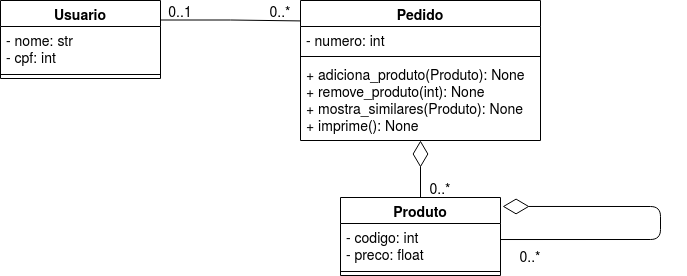
Earlier version of the draw.io export docs/07-prova1/img/poo_2021.1_p1.png (ect-info/POO_2021.2). Source tidied: cells renumbered, new cells last; positions are measured from the earlier drawing's top-left corner, leaving out a move shared by most shapes.
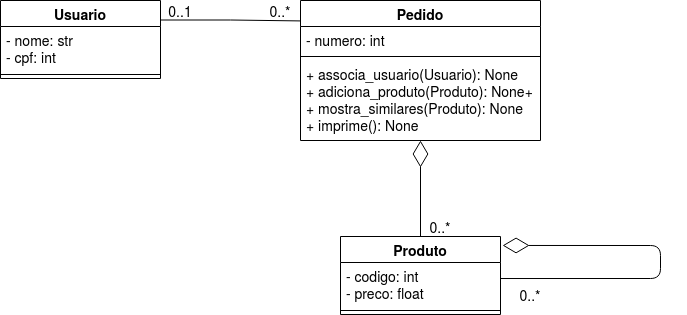
After the commit.

Commit message:
Alterada a figura da atividade.

What changed in the source:
```diff
@@ -23,7 +23,7 @@
     <mxCell id="8" style="line;strokeWidth=1;fillColor=none;align=left;verticalAlign=middle;spacingTop=-1;spacingLeft=3;spacingRight=3;labelPosition=right;fontSize=14;" parent="6" vertex="1">
       <mxGeometry y="52" width="240" height="8" as="geometry" />
     </mxCell>
-    <mxCell id="9" value="+ adiciona_produto(Produto): None&#10;+ remove_produto(int): None&#10;+ mostra_similares(Produto): None&#10;+ imprime(): None&#10;" style="text;strokeColor=none;fillColor=none;align=left;verticalAlign=top;spacingLeft=4;spacingRight=4;overflow=hidden;fontSize=14;" parent="6" vertex="1">
+    <mxCell id="9" value="+ associa_usuario(Usuario): None&#10;+ adiciona_produto(Produto): None+ remove_produto(int): None&#10;+ mostra_similares(Produto): None&#10;+ imprime(): None&#10;" style="text;strokeColor=none;fillColor=none;align=left;verticalAlign=top;spacingLeft=4;spacingRight=4;overflow=hidden;fontSize=14;" parent="6" vertex="1">
       <mxGeometry y="60" width="240" height="80" as="geometry" />
     </mxCell>
     <mxCell id="10" value="0..1" style="text;html=1;strokeColor=none;fillColor=none;align=center;verticalAlign=middle;whiteSpace=wrap;rounded=0;fontSize=14;" parent="1" vertex="1">
@@ -33,7 +33,7 @@
       <mxGeometry x="260" width="40" height="20" as="geometry" />
     </mxCell>
     <mxCell id="12" value="Produto" style="swimlane;fontStyle=1;align=center;verticalAlign=top;horizontal=1;startSize=26;fontSize=14;" parent="1" vertex="1">
-      <mxGeometry x="340" y="197" width="160" height="78" as="geometry" />
+      <mxGeometry x="340" y="236" width="160" height="78" as="geometry" />
     </mxCell>
     <mxCell id="13" value="- codigo: int&#10;- preco: float&#10;" style="text;strokeColor=none;fillColor=none;align=left;verticalAlign=top;spacingLeft=4;spacingRight=4;overflow=hidden;points=[[0,0.5],[1,0.5]];portConstraint=eastwest;fontSize=14;" parent="12" vertex="1">
       <mxGeometry y="26" width="160" height="44" as="geometry" />
@@ -53,10 +53,10 @@
       <mxGeometry relative="1" as="geometry" />
     </mxCell>
     <mxCell id="17" value="0..*" style="text;html=1;strokeColor=none;fillColor=none;align=center;verticalAlign=middle;whiteSpace=wrap;rounded=0;fontSize=14;" parent="1" vertex="1">
-      <mxGeometry x="420" y="177" width="40" height="20" as="geometry" />
+      <mxGeometry x="420" y="216" width="40" height="20" as="geometry" />
     </mxCell>
     <mxCell id="18" value="0..*" style="text;html=1;strokeColor=none;fillColor=none;align=center;verticalAlign=middle;whiteSpace=wrap;rounded=0;fontSize=14;" parent="1" vertex="1">
-      <mxGeometry x="510" y="245" width="40" height="20" as="geometry" />
+      <mxGeometry x="510" y="284" width="40" height="20" as="geometry" />
     </mxCell>
   </root>
 </mxGraphModel>
```
